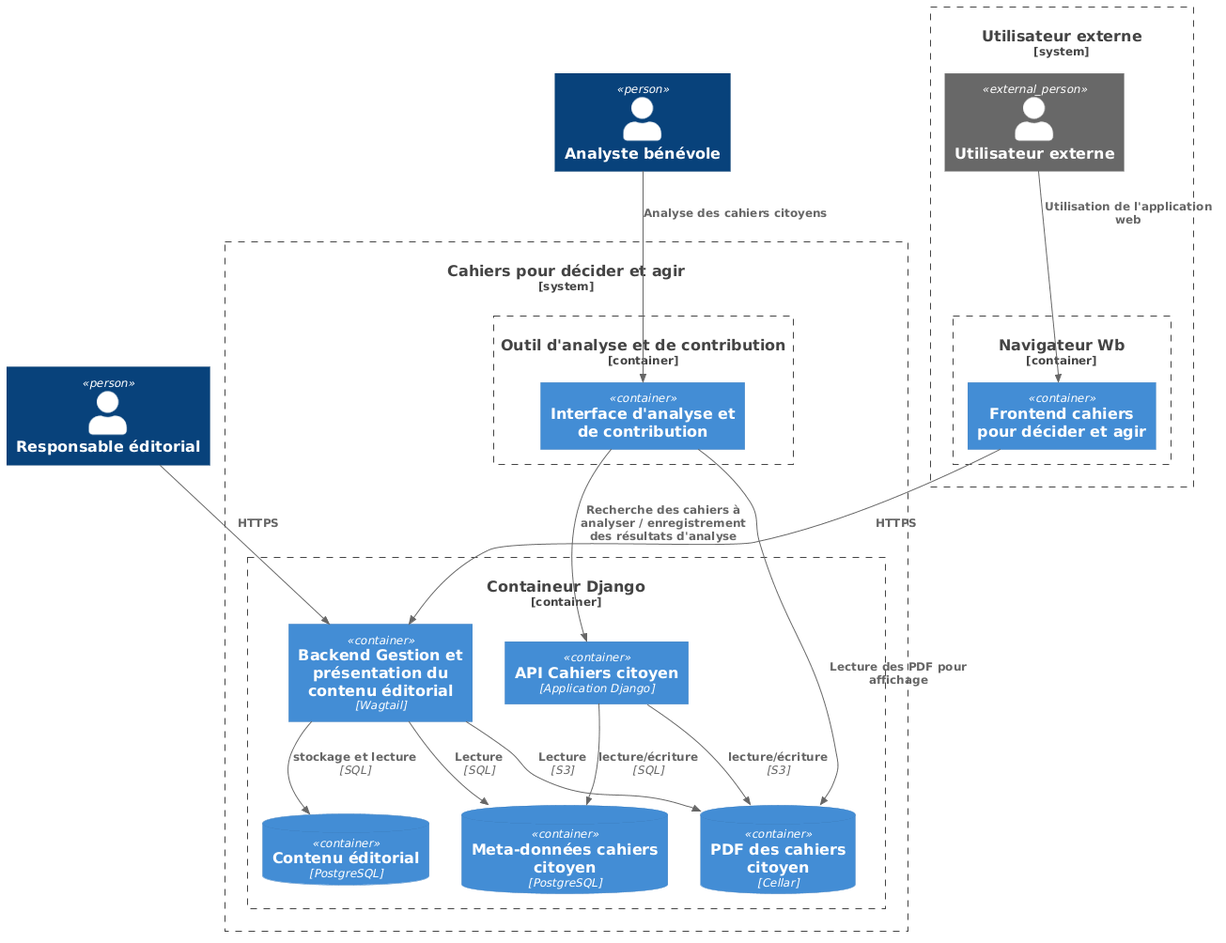
This is docs/architecture.png from dataforgoodfr/15-Les-cahiers-pour-decider-et-agir, a PlantUML export, as it was before one commit.
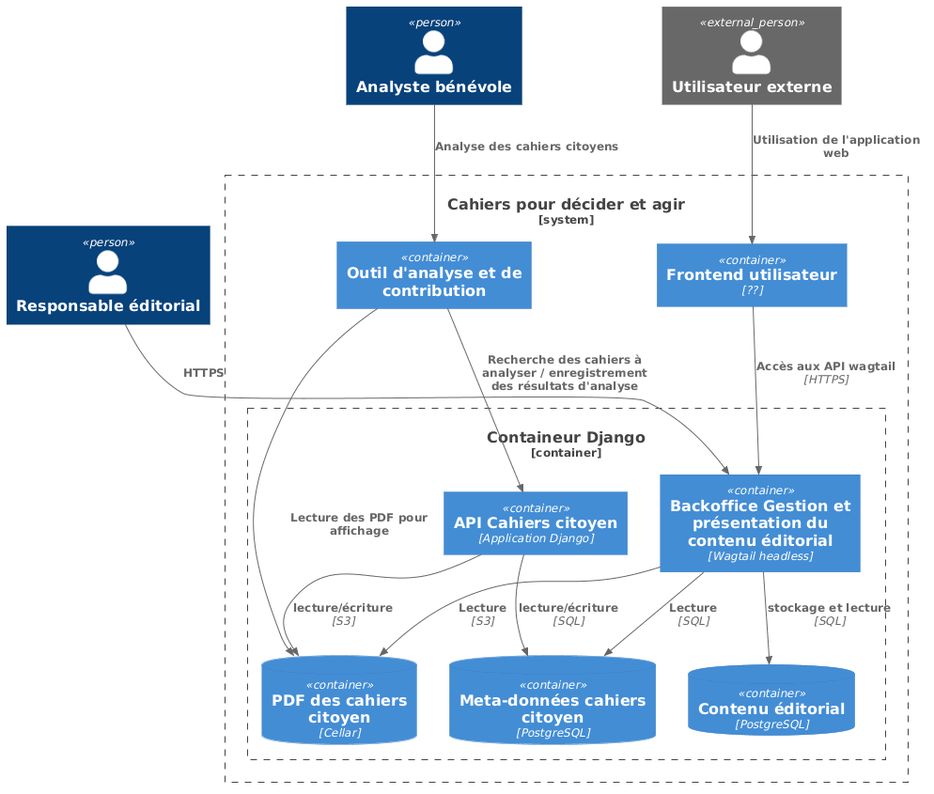
The same file after the commit.

Commit message:
Correction de la partie frontend

Diff of the diagram source:
```diff
@@ -3,9 +3,12 @@
 
   Person(RespEdit, "Responsable éditorial")
   Person(Benevole, "Analyste bénévole")
+  Person_Ext(Utilisateur, "Utilisateur externe")
   System_Boundary(c1, "Cahiers pour décider et agir") {
+    Container(frontend_app, "Frontend utilisateur", "??")
+    Container(ihm_analyse, "Outil d'analyse et de contribution")
     Container_Boundary(django, "Containeur Django") {
-      Container(backend_app, "Backend Gestion et présentation du contenu éditorial", "Wagtail")
+      Container(backend_app, "Backoffice Gestion et présentation du contenu éditorial", "Wagtail headless")
       Container(api_cahier_app, "API Cahiers citoyen", "Application Django")
       ContainerDb(backend_db, "Contenu éditorial", "PostgreSQL")
       ContainerDb(cahier_db, "Meta-données cahiers citoyen", "PostgreSQL")
@@ -15,21 +18,12 @@
       Rel(backend_app, backend_db, "stockage et lecture", "SQL")
       Rel(backend_app, cahier_db, "Lecture", "SQL")
       Rel(backend_app, cahier_cellar, "Lecture", "S3")
-    }
-    Container_Boundary(outil_analyse, "Outil d'analyse et de contribution") {
-      Container(ihm_analyse, "Interface d'analyse et de contribution")
+      Rel(frontend_app, backend_app, "Accès aux API wagtail", "HTTPS")
     }
   }
-  System_Boundary(utilisateur_ext, "Utilisateur externe") {
-    Person_Ext(Utilisateur, "Utilisateur externe")
-    Container_Boundary(navigateur, "Navigateur Wb") {
-      Container(frontend_app, "Frontend cahiers pour décider et agir")
-    }
-    Rel(Utilisateur, frontend_app, "Utilisation de l'application web")
-  }
+  Rel(Utilisateur, frontend_app, "Utilisation de l'application web")
   Rel(ihm_analyse, api_cahier_app, "Recherche des cahiers à analyser / enregistrement des résultats d'analyse")
   Rel(ihm_analyse, "cahier_cellar", "Lecture des PDF pour affichage")
-  Rel(frontend_app, backend_app, "HTTPS")
   Rel(RespEdit, backend_app, "HTTPS")
   Rel(Benevole, ihm_analyse, "Analyse des cahiers citoyens")
 @enduml
```
